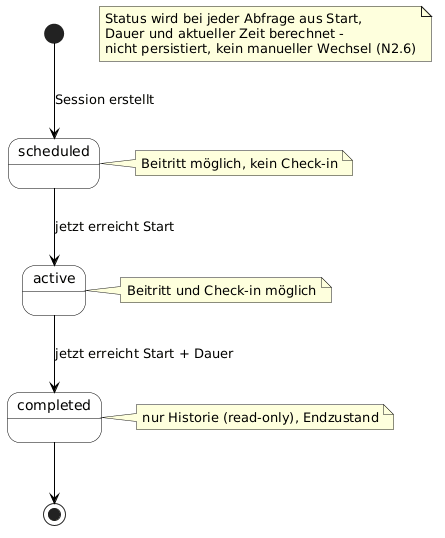
The PlantUML diagram docs/spec/diagrams-png/F3-af03-session-lifecycle.png in Finn5k/Wirtschaftsinformatik-Projekt-I, before a commit. The source it was exported from:
```plantuml
@startuml
skinparam backgroundColor White
skinparam state {
  BackgroundColor White
  BorderColor Black
}
skinparam ArrowColor Black

[*] --> scheduled : Session erstellt
scheduled --> active : jetzt erreicht Start
active --> completed : jetzt erreicht Start + Dauer
completed --> [*]

note right of scheduled : Beitritt möglich, kein Check-in
note right of active : Beitritt und Check-in möglich
note right of completed : nur Historie (read-only), Endzustand

note "Status wird bei jeder Abfrage aus Start,\nDauer und aktueller Zeit berechnet -\nnicht persistiert, kein manueller Wechsel (N2.6)" as N
@enduml
```
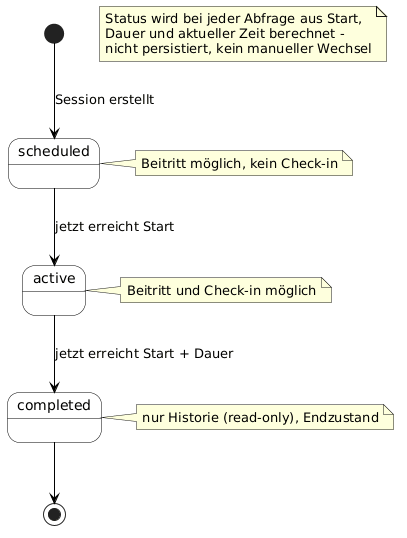
After the change.

Change to the diagram source:
```diff
@@ -15,5 +15,5 @@
 note right of active : Beitritt und Check-in möglich
 note right of completed : nur Historie (read-only), Endzustand
 
-note "Status wird bei jeder Abfrage aus Start,\nDauer und aktueller Zeit berechnet -\nnicht persistiert, kein manueller Wechsel (N2.6)" as N
+note "Status wird bei jeder Abfrage aus Start,\nDauer und aktueller Zeit berechnet -\nnicht persistiert, kein manueller Wechsel" as N
 @enduml
```
